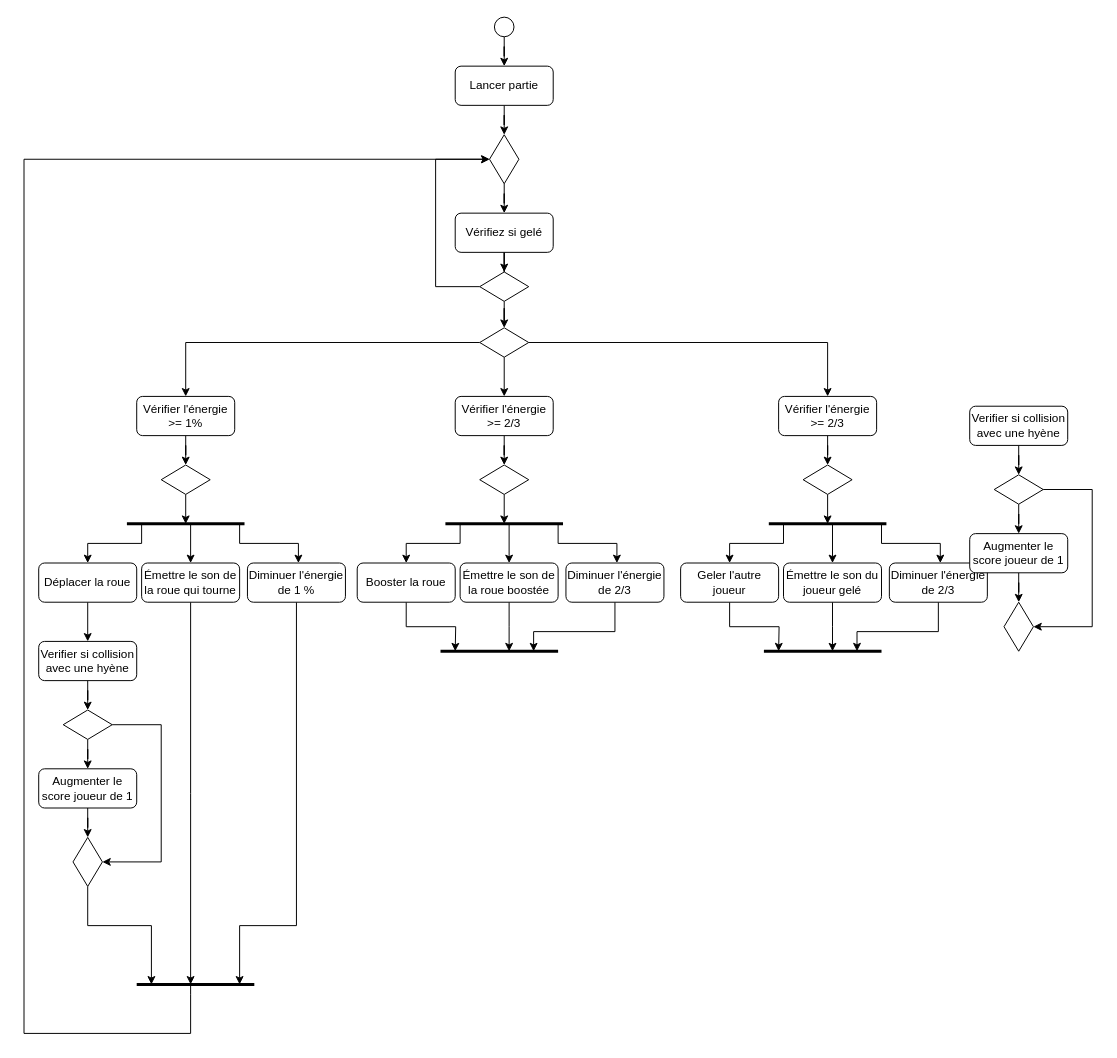
Before: GameSessionActivityDiagram.drawio in nsy115-11404f/modelisation, a draw.io diagram. Source tidied: cells renumbered, new cells numbered last; positions are measured from the earlier drawing's top-left corner, leaving out a move shared by most shapes. Both pictures are drawn from the tidied source at 98%, with x=0, y=0 at pixel (24, 17).
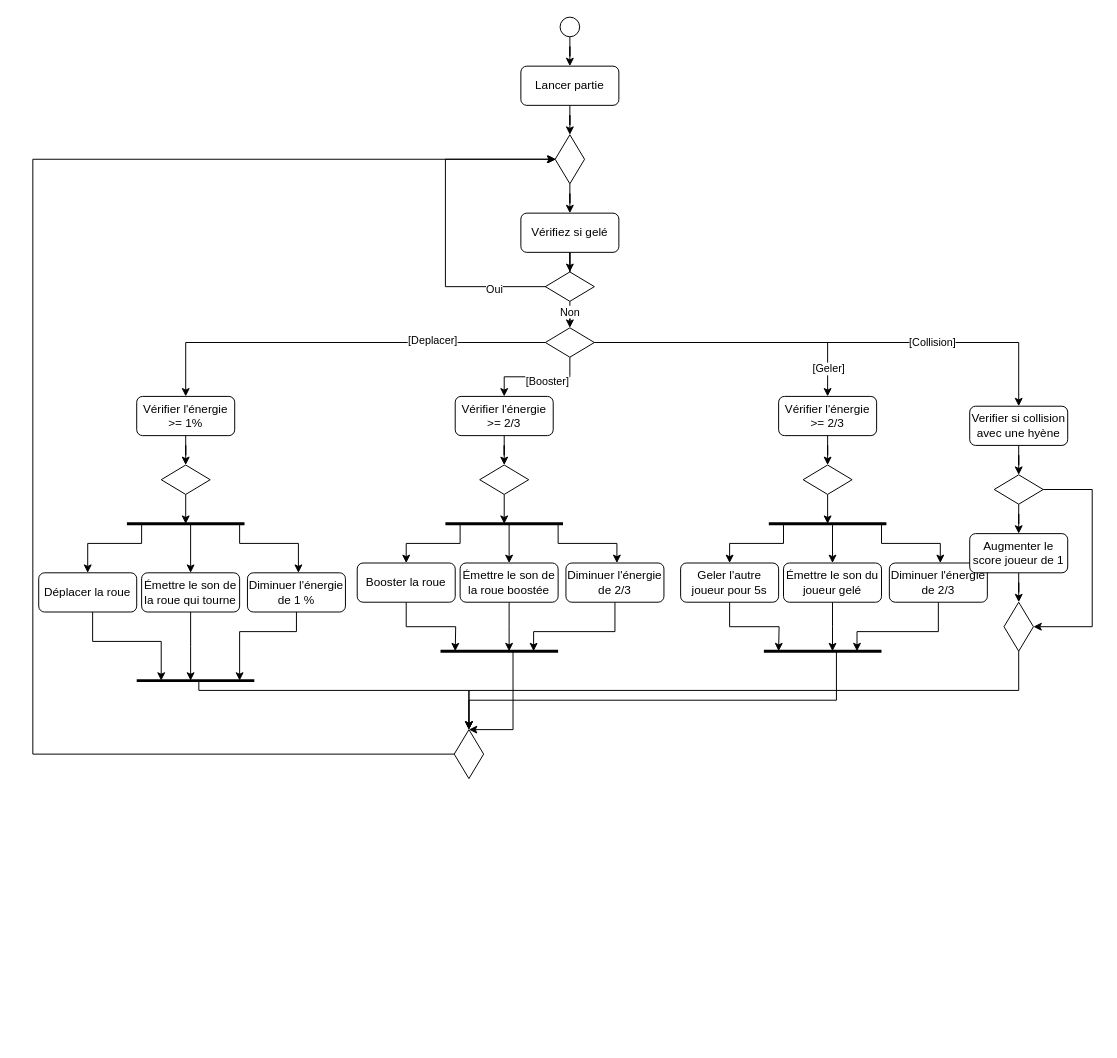
After the change.

Unchanged cells that the change refers to:
```xml
<mxCell id="35" style="edgeStyle=orthogonalEdgeStyle;rounded=0;jettySize=auto;html=1;entryX=0.5;entryY=0;entryDx=0;entryDy=0;" parent="1" edge="1" source="37" target="41">
  <mxGeometry relative="1" as="geometry" />
</mxCell>
<mxCell id="38" style="edgeStyle=orthogonalEdgeStyle;rounded=0;jettySize=auto;html=1;entryX=0.5;entryY=0;entryDx=0;entryDy=0;" parent="1" edge="1" source="41" target="10">
  <mxGeometry relative="1" as="geometry" />
</mxCell>
<mxCell id="39" style="edgeStyle=orthogonalEdgeStyle;rounded=0;jettySize=auto;html=1;entryX=0.5;entryY=0;entryDx=0;entryDy=0;" parent="1" edge="1" source="41" target="43">
  <mxGeometry relative="1" as="geometry" />
</mxCell>
<mxCell id="40" style="edgeStyle=orthogonalEdgeStyle;rounded=0;jettySize=auto;html=1;entryX=0.5;entryY=0;entryDx=0;entryDy=0;" parent="1" edge="1" source="41" target="58">
  <mxGeometry relative="1" as="geometry" />
</mxCell>
<mxCell id="73" value="Verifier si collision avec une hyène" style="rounded=1;whiteSpace=wrap;html=1;" parent="1" vertex="1">
  <mxGeometry x="965" y="397" width="100" height="40" as="geometry" />
</mxCell>
<mxCell id="79" style="rhombus;whiteSpace=wrap;html=1;" parent="1" vertex="1">
  <mxGeometry x="1000" y="597" width="30" height="50" as="geometry" />
</mxCell>
```

What changed in the source:
```diff
@@
     <mxCell id="3" style="ellipse;whiteSpace=wrap;html=1;" parent="1" vertex="1">
-      <mxGeometry x="480" width="20" height="20" as="geometry" />
+      <mxGeometry x="547" width="20" height="20" as="geometry" />
     </mxCell>
@@
     <mxCell id="5" value="Lancer partie" style="rounded=1;whiteSpace=wrap;html=1;" parent="1" vertex="1">
-      <mxGeometry x="440" y="50" width="100" height="40" as="geometry" />
+      <mxGeometry x="507" y="50" width="100" height="40" as="geometry" />
     </mxCell>
-    <mxCell id="6" style="edgeStyle=orthogonalEdgeStyle;rounded=0;jettySize=auto;html=1;" parent="1" edge="1" target="8">
+    <mxCell id="6" style="edgeStyle=orthogonalEdgeStyle;rounded=0;jettySize=auto;html=1;exitX=0;exitY=0.5;exitDx=0;exitDy=0;" parent="1" edge="1" source="92" target="8">
       <mxGeometry relative="1" as="geometry">
-        <mxPoint x="170" y="987" as="sourcePoint" />
         <Array as="points">
-          <mxPoint x="170" y="997" />
-          <mxPoint x="170" y="1037" />
-          <mxPoint y="1037" />
-          <mxPoint y="162" />
+          <mxPoint x="9" y="752" />
+          <mxPoint x="9" y="145" />
         </Array>
       </mxGeometry>
     </mxCell>
@@
     <mxCell id="8" style="rhombus;whiteSpace=wrap;html=1;" parent="1" vertex="1">
-      <mxGeometry x="475" y="120" width="30" height="50" as="geometry" />
+      <mxGeometry x="542" y="120" width="30" height="50" as="geometry" />
     </mxCell>
@@
     <mxCell id="12" value="Vérifiez si gelé" style="rounded=1;whiteSpace=wrap;html=1;" parent="1" vertex="1">
-      <mxGeometry x="440" y="200" width="100" height="40" as="geometry" />
+      <mxGeometry x="507" y="200" width="100" height="40" as="geometry" />
     </mxCell>
@@
-    <mxCell id="14" style="edgeStyle=orthogonalEdgeStyle;rounded=0;jettySize=auto;html=1;entryX=0.5;entryY=0;entryDx=0;entryDy=0;" parent="1" edge="1" source="15" target="20">
-      <mxGeometry relative="1" as="geometry" />
-    </mxCell>
+    <mxCell id="80" style="edgeStyle=orthogonalEdgeStyle;rounded=0;jettySize=auto;html=1;" parent="1" edge="1" source="15">
+      <mxGeometry relative="1" as="geometry">
+        <mxPoint x="140" y="677" as="targetPoint" />
+        <Array as="points">
+          <mxPoint x="70" y="637" />
+          <mxPoint x="140" y="637" />
+        </Array>
+      </mxGeometry>
+    </mxCell>
     <mxCell id="15" value="Déplacer la roue" style="rounded=1;whiteSpace=wrap;html=1;" parent="1" vertex="1">
-      <mxGeometry x="15" y="557" width="100" height="40" as="geometry" />
+      <mxGeometry x="15" y="567" width="100" height="40" as="geometry" />
     </mxCell>
@@
-    <mxCell id="17" style="edgeStyle=orthogonalEdgeStyle;rounded=0;jettySize=auto;html=1;" parent="1" edge="1" source="18">
-      <mxGeometry relative="1" as="geometry">
-        <mxPoint x="170" y="987" as="targetPoint" />
-      </mxGeometry>
-    </mxCell>
+    <mxCell id="81" style="edgeStyle=orthogonalEdgeStyle;rounded=0;jettySize=auto;html=1;" parent="1" edge="1" source="18">
+      <mxGeometry relative="1" as="geometry">
+        <mxPoint x="170" y="677" as="targetPoint" />
+      </mxGeometry>
+    </mxCell>
     <mxCell id="18" value="Émettre le son de la roue qui tourne" style="rounded=1;whiteSpace=wrap;html=1;" parent="1" vertex="1">
-      <mxGeometry x="120" y="557" width="100" height="40" as="geometry" />
+      <mxGeometry x="120" y="567" width="100" height="40" as="geometry" />
     </mxCell>
-    <mxCell id="19" style="edgeStyle=orthogonalEdgeStyle;rounded=0;jettySize=auto;html=1;entryX=0.5;entryY=0;entryDx=0;entryDy=0;" parent="1" edge="1" source="20" target="31">
-      <mxGeometry relative="1" as="geometry" />
-    </mxCell>
-    <mxCell id="20" value="Verifier si collision avec une hyène" style="rounded=1;whiteSpace=wrap;html=1;" parent="1" vertex="1">
-      <mxGeometry x="15" y="637" width="100" height="40" as="geometry" />
-    </mxCell>
@@
     <mxCell id="22" style="edgeStyle=orthogonalEdgeStyle;rounded=0;jettySize=auto;html=1;" parent="1" edge="1" source="23">
       <mxGeometry relative="1" as="geometry">
-        <mxPoint x="220" y="987" as="targetPoint" />
+        <mxPoint x="220" y="677" as="targetPoint" />
         <Array as="points">
-          <mxPoint x="278" y="927" />
-          <mxPoint x="220" y="927" />
+          <mxPoint x="278" y="627" />
+          <mxPoint x="220" y="627" />
         </Array>
       </mxGeometry>
     </mxCell>
     <mxCell id="23" value="Diminuer l'énergie de 1 %" style="rounded=1;whiteSpace=wrap;html=1;" parent="1" vertex="1">
-      <mxGeometry x="228" y="557" width="100" height="40" as="geometry" />
+      <mxGeometry x="228" y="567" width="100" height="40" as="geometry" />
     </mxCell>
-    <mxCell id="24" style="edgeStyle=orthogonalEdgeStyle;rounded=0;jettySize=auto;html=1;entryX=0.5;entryY=0;entryDx=0;entryDy=0;" parent="1" edge="1" source="25" target="34">
-      <mxGeometry relative="1" as="geometry" />
-    </mxCell>
-    <mxCell id="25" value="Augmenter le score joueur de 1" style="rounded=1;whiteSpace=wrap;html=1;" parent="1" vertex="1">
-      <mxGeometry x="15" y="767" width="100" height="40" as="geometry" />
-    </mxCell>
@@
-    <mxCell id="29" style="edgeStyle=orthogonalEdgeStyle;rounded=0;jettySize=auto;html=1;entryX=0.5;entryY=0;entryDx=0;entryDy=0;" parent="1" edge="1" source="31" target="25">
-      <mxGeometry relative="1" as="geometry" />
-    </mxCell>
-    <mxCell id="30" style="edgeStyle=orthogonalEdgeStyle;rounded=0;jettySize=auto;html=1;entryX=1;entryY=0.5;entryDx=0;entryDy=0;" parent="1" edge="1" source="31" target="34">
-      <mxGeometry relative="1" as="geometry">
-        <Array as="points">
-          <mxPoint x="140" y="722" />
-          <mxPoint x="140" y="862" />
-        </Array>
-      </mxGeometry>
-    </mxCell>
-    <mxCell id="31" style="rhombus;whiteSpace=wrap;html=1;" parent="1" vertex="1">
-      <mxGeometry x="40" y="707" width="50" height="30" as="geometry" />
-    </mxCell>
     <mxCell id="32" style="endArrow=none;html=1;rounded=0;endSize=6;startSize=6;strokeWidth=3;" parent="1" edge="1">
       <mxGeometry relative="1" as="geometry">
-        <mxPoint x="115" y="987" as="sourcePoint" />
-        <mxPoint x="235" y="987" as="targetPoint" />
+        <mxPoint x="115" y="677" as="sourcePoint" />
+        <mxPoint x="235" y="677" as="targetPoint" />
       </mxGeometry>
     </mxCell>
-    <mxCell id="33" style="edgeStyle=orthogonalEdgeStyle;rounded=0;jettySize=auto;html=1;" parent="1" edge="1" source="34">
-      <mxGeometry relative="1" as="geometry">
-        <mxPoint x="130" y="987" as="targetPoint" />
-        <Array as="points">
-          <mxPoint x="65" y="927" />
-          <mxPoint x="130" y="927" />
-        </Array>
-      </mxGeometry>
-    </mxCell>
-    <mxCell id="34" style="rhombus;whiteSpace=wrap;html=1;" parent="1" vertex="1">
-      <mxGeometry x="50" y="837" width="30" height="50" as="geometry" />
-    </mxCell>
@@
+    <mxCell id="82" value="Non" style="edgeLabel;html=1;align=center;verticalAlign=middle;" parent="35" vertex="1">
+      <mxGeometry x="0.35" y="-1" relative="1" as="geometry" />
+    </mxCell>
-    <mxCell id="36" style="edgeStyle=orthogonalEdgeStyle;rounded=0;jettySize=auto;html=1;entryX=0;entryY=0.5;entryDx=0;entryDy=0;" parent="1" edge="1" source="37" target="8">
+    <mxCell id="36" style="edgeStyle=orthogonalEdgeStyle;rounded=0;orthogonalLoop=1;jettySize=auto;html=1;entryX=0;entryY=0.5;entryDx=0;entryDy=0;" parent="1" edge="1">
       <mxGeometry relative="1" as="geometry">
+        <mxPoint x="533" y="275" as="sourcePoint" />
+        <mxPoint x="543" y="145" as="targetPoint" />
         <Array as="points">
-          <mxPoint x="420" y="275" />
-          <mxPoint x="420" y="145" />
+          <mxPoint x="430" y="275" />
+          <mxPoint x="430" y="145" />
         </Array>
       </mxGeometry>
     </mxCell>
+    <mxCell id="83" value="Oui" style="edgeLabel;html=1;align=center;verticalAlign=middle;" parent="36" vertex="1">
+      <mxGeometry x="-0.69" y="2" relative="1" as="geometry" />
+    </mxCell>
     <mxCell id="37" style="rhombus;whiteSpace=wrap;html=1;" parent="1" vertex="1">
-      <mxGeometry x="465" y="260" width="50" height="30" as="geometry" />
+      <mxGeometry x="532" y="260" width="50" height="30" as="geometry" />
     </mxCell>
@@
+    <mxCell id="84" value="[Deplacer]" style="edgeLabel;html=1;align=center;verticalAlign=middle;" parent="38" vertex="1">
+      <mxGeometry x="-0.45" y="-3" relative="1" as="geometry" />
+    </mxCell>
@@
+    <mxCell id="85" value="[Booster]" style="edgeLabel;html=1;align=center;verticalAlign=middle;" parent="39" vertex="1">
+      <mxGeometry x="-0.17" y="4" relative="1" as="geometry" />
+    </mxCell>
@@
+    <mxCell id="86" value="[Geler]" style="edgeLabel;html=1;align=center;verticalAlign=middle;" parent="40" vertex="1">
+      <mxGeometry x="0.8" relative="1" as="geometry" />
+    </mxCell>
+    <mxCell id="87" style="edgeStyle=orthogonalEdgeStyle;rounded=0;jettySize=auto;html=1;entryX=0.5;entryY=0;entryDx=0;entryDy=0;" parent="1" edge="1" source="41" target="73">
+      <mxGeometry relative="1" as="geometry" />
+    </mxCell>
+    <mxCell id="88" value="[Collision]" style="edgeLabel;html=1;align=center;verticalAlign=middle;" parent="87" vertex="1">
+      <mxGeometry x="0.38" y="1" relative="1" as="geometry" />
+    </mxCell>
     <mxCell id="41" style="rhombus;whiteSpace=wrap;html=1;" parent="1" vertex="1">
-      <mxGeometry x="465" y="317" width="50" height="30" as="geometry" />
+      <mxGeometry x="532" y="317" width="50" height="30" as="geometry" />
     </mxCell>
@@
-    <mxCell id="61" value="Geler l'autre joueur" style="rounded=1;whiteSpace=wrap;html=1;" parent="1" vertex="1">
+    <mxCell id="61" value="Geler l'autre joueur pour 5s" style="rounded=1;whiteSpace=wrap;html=1;" parent="1" vertex="1">
       <mxGeometry x="670" y="557" width="100" height="40" as="geometry" />
     </mxCell>
@@
+    <mxCell id="89" style="edgeStyle=orthogonalEdgeStyle;rounded=0;jettySize=auto;html=1;exitX=0.5;exitY=0;exitDx=0;exitDy=0;entryX=0.5;entryY=0;entryDx=0;entryDy=0;" parent="1" edge="1" target="92">
+      <mxGeometry relative="1" as="geometry">
+        <mxPoint x="499" y="647" as="sourcePoint" />
+        <Array as="points">
+          <mxPoint x="499" y="727" />
+        </Array>
+      </mxGeometry>
+    </mxCell>
+    <mxCell id="90" style="edgeStyle=orthogonalEdgeStyle;rounded=0;jettySize=auto;html=1;exitX=0.5;exitY=0;exitDx=0;exitDy=0;entryX=0.5;entryY=0;entryDx=0;entryDy=0;" parent="1" edge="1" target="92">
+      <mxGeometry relative="1" as="geometry">
+        <mxPoint x="829" y="647" as="sourcePoint" />
+        <Array as="points">
+          <mxPoint x="829" y="697" />
+          <mxPoint x="454" y="697" />
+        </Array>
+      </mxGeometry>
+    </mxCell>
+    <mxCell id="91" style="edgeStyle=orthogonalEdgeStyle;rounded=0;jettySize=auto;html=1;exitX=0.5;exitY=1;exitDx=0;exitDy=0;entryX=0.5;entryY=0;entryDx=0;entryDy=0;" parent="1" edge="1" source="79" target="92">
+      <mxGeometry relative="1" as="geometry" />
+    </mxCell>
+    <mxCell id="92" style="rhombus;whiteSpace=wrap;html=1;" parent="1" vertex="1">
+      <mxGeometry x="439" y="727" width="30" height="50" as="geometry" />
+    </mxCell>
+    <mxCell id="93" style="endArrow=classic;html=1;rounded=0;entryX=0.5;entryY=0;entryDx=0;entryDy=0;edgeStyle=orthogonalEdgeStyle;" parent="1" edge="1" target="92">
+      <mxGeometry relative="1" as="geometry">
+        <mxPoint x="178.4" y="677" as="sourcePoint" />
+        <Array as="points">
+          <mxPoint x="178" y="687" />
+          <mxPoint x="454" y="687" />
+        </Array>
+      </mxGeometry>
+    </mxCell>
```
